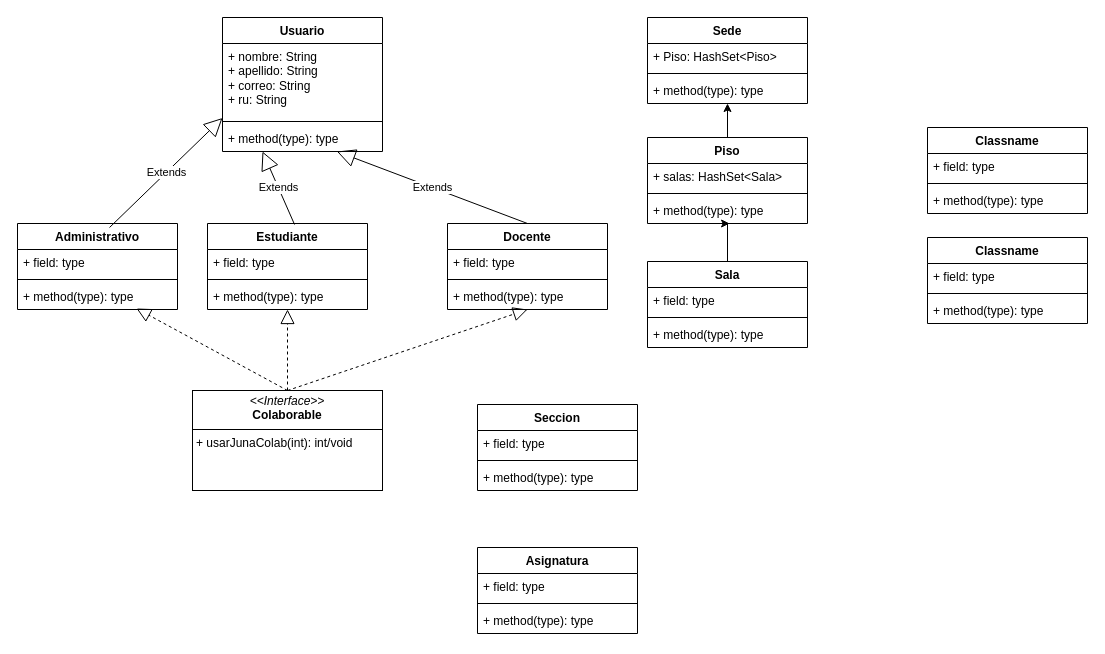
Earlier version of the draw.io diagram docs/Diagram/DiagramaCaso.drawio (jaescanillas-tech/poo_mere_007d). Source tidied: cells renumbered, new cells numbered last; positions are measured from the earlier drawing's top-left corner, leaving out a move shared by most shapes. Both pictures are drawn from the tidied source at 100%, with x=0, y=0 at pixel (17, 17).
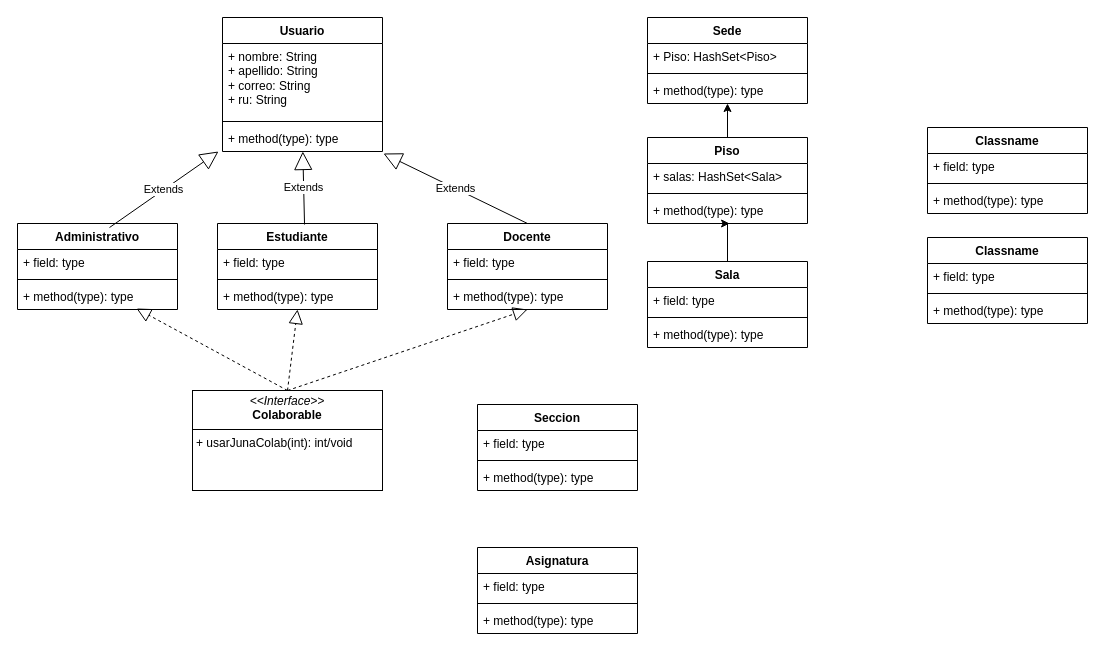
Above is the later version.

The change refers to these unchanged cells:
```xml
<mxCell id="10" value="Administrativo" style="swimlane;fontStyle=1;align=center;verticalAlign=top;horizontal=1;startSize=26;whiteSpace=wrap;html=1;" parent="1" vertex="1">
  <mxGeometry y="206" width="160" height="86" as="geometry" />
</mxCell>
<mxCell id="18" value="&lt;div&gt;Usuario&lt;/div&gt;" style="swimlane;fontStyle=1;align=center;verticalAlign=top;horizontal=1;startSize=26;whiteSpace=wrap;html=1;" parent="1" vertex="1">
  <mxGeometry x="205" width="160" height="134" as="geometry" />
</mxCell>
<mxCell id="21" value="+ method(type): type" style="text;strokeColor=none;fillColor=none;align=left;verticalAlign=top;spacingLeft=4;spacingRight=4;overflow=hidden;points=[[0,0.5],[1,0.5]];portConstraint=eastwest;whiteSpace=wrap;html=1;" parent="18" vertex="1">
  <mxGeometry y="108" width="160" height="26" as="geometry" />
</mxCell>
<mxCell id="30" value="Docente&lt;div&gt;&lt;br&gt;&lt;/div&gt;" style="swimlane;fontStyle=1;align=center;verticalAlign=top;horizontal=1;startSize=26;whiteSpace=wrap;html=1;" parent="1" vertex="1">
  <mxGeometry x="430" y="206" width="160" height="86" as="geometry" />
</mxCell>
```

Change to the diagram source:
```diff
@@
     <mxCell id="34" value="Estudiante" style="swimlane;fontStyle=1;align=center;verticalAlign=top;horizontal=1;startSize=26;whiteSpace=wrap;html=1;" parent="1" vertex="1">
-      <mxGeometry x="190" y="206" width="160" height="86" as="geometry" />
+      <mxGeometry x="200" y="206" width="160" height="86" as="geometry" />
     </mxCell>
@@
-    <mxCell id="48" value="Extends" style="endArrow=block;endSize=16;endFill=0;html=1;rounded=0;exitX=0.544;exitY=0.012;exitDx=0;exitDy=0;exitPerimeter=0;entryX=0.25;entryY=1;entryDx=0;entryDy=0;" parent="1" edge="1" source="34" target="18">
+    <mxCell id="48" value="Extends" style="endArrow=block;endSize=16;endFill=0;html=1;rounded=0;exitX=0.544;exitY=0.012;exitDx=0;exitDy=0;exitPerimeter=0;" parent="1" edge="1" source="34" target="21">
       <mxGeometry relative="1" as="geometry" />
     </mxCell>
-    <mxCell id="49" value="Extends" style="endArrow=block;endSize=16;endFill=0;html=1;rounded=0;exitX=0.575;exitY=0.047;exitDx=0;exitDy=0;exitPerimeter=0;entryX=0;entryY=0.75;entryDx=0;entryDy=0;" parent="1" edge="1" source="10" target="18">
+    <mxCell id="49" value="Extends" style="endArrow=block;endSize=16;endFill=0;html=1;rounded=0;exitX=0.575;exitY=0.047;exitDx=0;exitDy=0;exitPerimeter=0;entryX=-0.025;entryY=1;entryDx=0;entryDy=0;entryPerimeter=0;" parent="1" edge="1" source="10" target="21">
       <mxGeometry relative="1" as="geometry" />
     </mxCell>
-    <mxCell id="50" value="Extends" style="endArrow=block;endSize=16;endFill=0;html=1;rounded=0;exitX=0.5;exitY=0;exitDx=0;exitDy=0;" parent="1" edge="1" source="30" target="21">
+    <mxCell id="50" value="Extends" style="endArrow=block;endSize=16;endFill=0;html=1;rounded=0;exitX=0.5;exitY=0;exitDx=0;exitDy=0;entryX=1.006;entryY=1.077;entryDx=0;entryDy=0;entryPerimeter=0;" parent="1" edge="1" source="30" target="21">
       <mxGeometry relative="1" as="geometry" />
     </mxCell>
```
